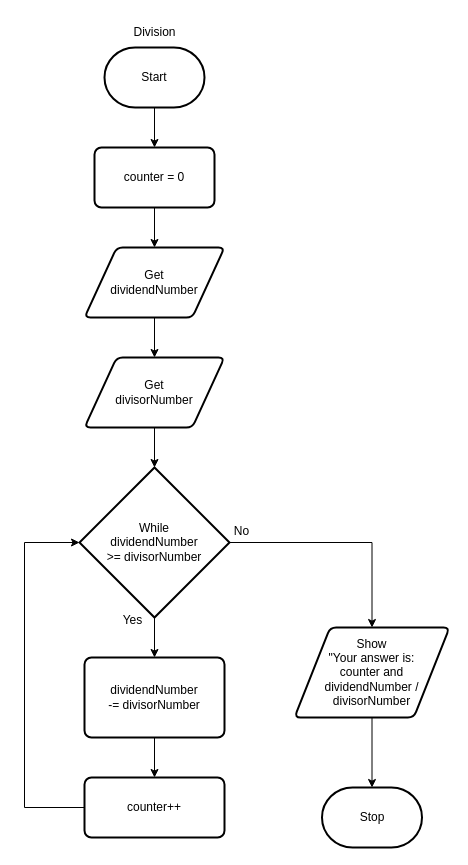
MTHS-ICD2O-1-2024/ICD2O-Unit-5-08-Ain-Jeong keeps this draw.io diagram as design/flowchart.drawio. Above is the earlier version. Source tidied: cells renumbered, new cells numbered last; positions are measured from the earlier drawing's top-left corner, leaving out a move shared by most shapes. Both pictures are drawn from the tidied source at 100%, with x=0, y=0 at pixel (24, 17).
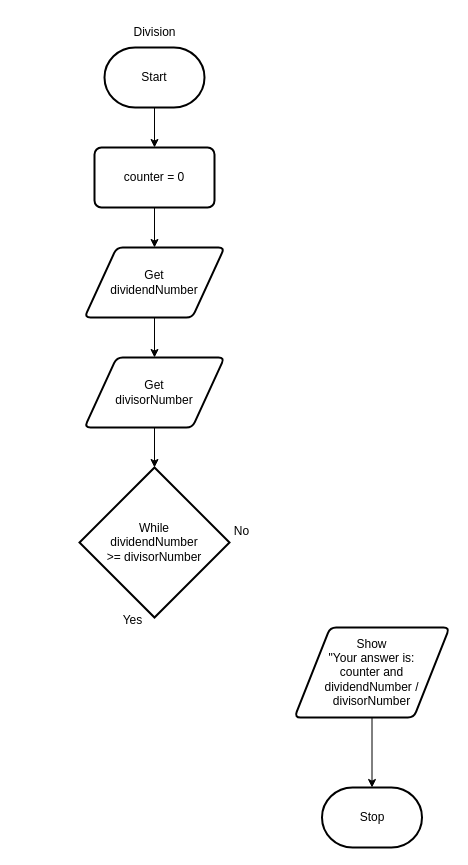
Above is the later version.

The change refers to these unchanged cells:
```xml
<mxCell id="12" value="While&lt;div&gt;dividendNumber&lt;/div&gt;&lt;div&gt;&amp;gt;= divisorNumber&lt;/div&gt;" style="strokeWidth=2;html=1;shape=mxgraph.flowchart.decision;whiteSpace=wrap;" parent="1" vertex="1">
  <mxGeometry x="55" y="450" width="150" height="150" as="geometry" />
</mxCell>
<mxCell id="16" value="Show&lt;div&gt;&quot;Your answer is:&lt;/div&gt;&lt;div&gt;counter and dividendNumber / divisorNumber&lt;/div&gt;" style="shape=parallelogram;html=1;strokeWidth=2;perimeter=parallelogramPerimeter;whiteSpace=wrap;rounded=1;arcSize=12;size=0.23;" parent="1" vertex="1">
  <mxGeometry x="270" y="610" width="155" height="90" as="geometry" />
</mxCell>
```

Change to the diagram source:
```diff
@@
-    <mxCell id="10" style="edgeStyle=none;html=1;entryX=0.5;entryY=0;entryDx=0;entryDy=0;" parent="1" edge="1" source="12" target="14">
-      <mxGeometry relative="1" as="geometry" />
-    </mxCell>
-    <mxCell id="11" style="edgeStyle=orthogonalEdgeStyle;html=1;entryX=0.5;entryY=0;entryDx=0;entryDy=0;rounded=0;" parent="1" edge="1" source="12" target="16">
-      <mxGeometry relative="1" as="geometry" />
-    </mxCell>
@@
-    <mxCell id="13" style="edgeStyle=none;html=1;" parent="1" edge="1" source="14" target="15">
-      <mxGeometry relative="1" as="geometry" />
-    </mxCell>
-    <mxCell id="14" value="dividendNumber&lt;div&gt;-= divisorNumber&lt;/div&gt;" style="rounded=1;whiteSpace=wrap;html=1;absoluteArcSize=1;arcSize=14;strokeWidth=2;" parent="1" vertex="1">
-      <mxGeometry x="60" y="640" width="140" height="80" as="geometry" />
-    </mxCell>
-    <mxCell id="15" value="counter++" style="rounded=1;whiteSpace=wrap;html=1;absoluteArcSize=1;arcSize=14;strokeWidth=2;" parent="1" vertex="1">
-      <mxGeometry x="60" y="760" width="140" height="60" as="geometry" />
-    </mxCell>
@@
-    <mxCell id="19" style="edgeStyle=orthogonalEdgeStyle;html=1;entryX=0;entryY=0.5;entryDx=0;entryDy=0;entryPerimeter=0;rounded=0;curved=0;" parent="1" edge="1" source="15" target="12">
-      <mxGeometry relative="1" as="geometry">
-        <Array as="points">
-          <mxPoint y="790" />
-          <mxPoint y="525" />
-        </Array>
-      </mxGeometry>
-    </mxCell>
```
